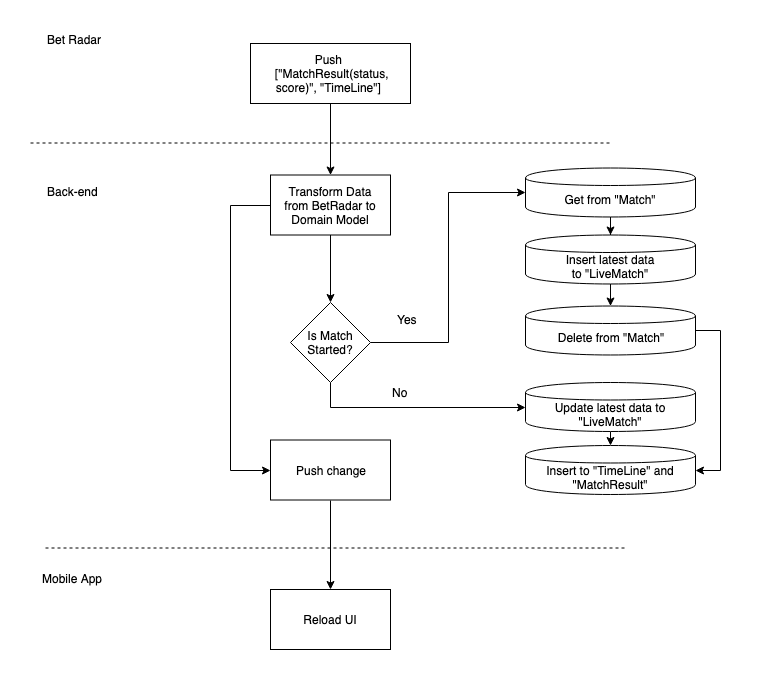
Before: docs/_static/pushevent.png, a diagram exported from draw.io (score247/mobile-app). Source tidied: cells renumbered, new cells last; positions are measured from the earlier drawing's top-left corner, leaving out a move shared by most shapes.
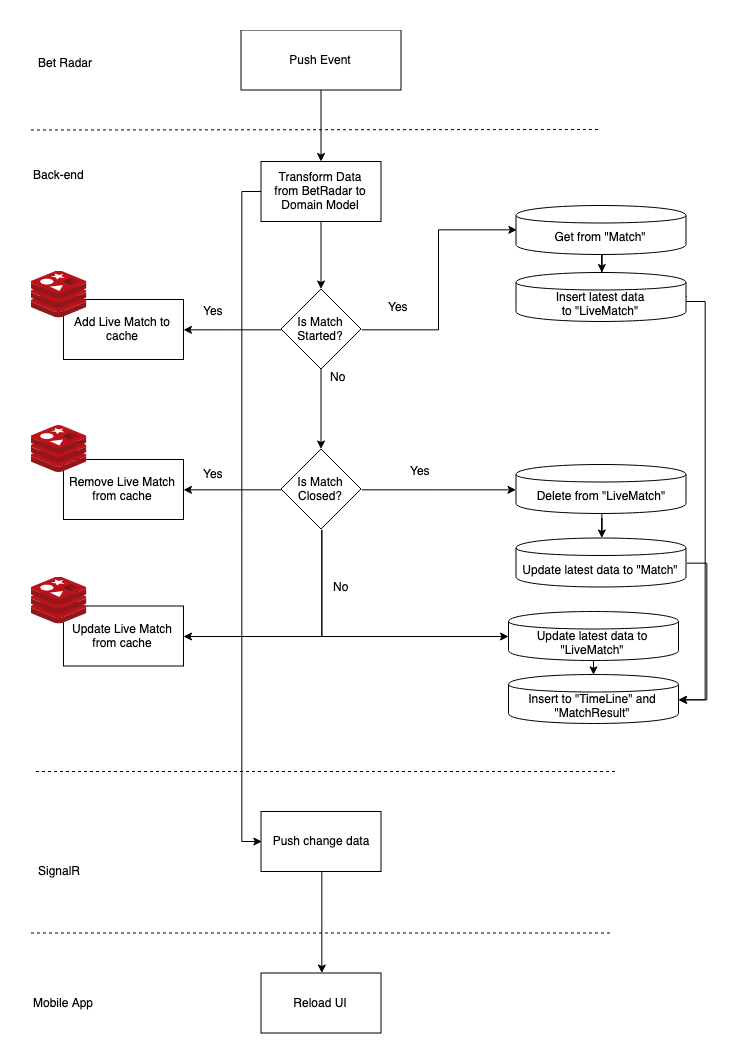
Later version of the same file.

What changed in the source:
```diff
@@ -2,106 +2,161 @@
   <root>
     <mxCell id="0" />
     <mxCell id="1" parent="0" />
-    <mxCell id="2" style="edgeStyle=orthogonalEdgeStyle;rounded=0;jettySize=auto;html=1;" parent="1" edge="1" source="3" target="23">
+    <mxCell id="2" style="edgeStyle=orthogonalEdgeStyle;rounded=0;jettySize=auto;html=1;" parent="1" edge="1" source="3" target="27">
       <mxGeometry relative="1" as="geometry" />
     </mxCell>
-    <mxCell id="3" value="Push&amp;nbsp;&lt;br&gt;&amp;nbsp;[&quot;MatchResult(status, score)&quot;, &quot;TimeLine&quot;]&amp;nbsp;" style="rounded=0;whiteSpace=wrap;html=1;" parent="1" vertex="1">
-      <mxGeometry x="220" y="13" width="160" height="60" as="geometry" />
+    <mxCell id="3" value="Push Event" style="rounded=0;whiteSpace=wrap;html=1;" parent="1" vertex="1">
+      <mxGeometry x="452.5" y="21.5" width="160" height="60" as="geometry" />
     </mxCell>
     <mxCell id="4" style="edgeStyle=orthogonalEdgeStyle;rounded=0;jettySize=auto;html=1;exitX=0.5;exitY=1;exitDx=0;exitDy=0;" parent="1" edge="1" source="6" target="7">
       <mxGeometry relative="1" as="geometry" />
     </mxCell>
-    <mxCell id="5" style="edgeStyle=orthogonalEdgeStyle;rounded=0;jettySize=auto;html=1;exitX=0.5;exitY=0;exitDx=0;exitDy=0;entryX=0;entryY=0.5;entryDx=0;entryDy=0;" parent="1" edge="1" source="20" target="14">
+    <mxCell id="5" style="edgeStyle=orthogonalEdgeStyle;rounded=0;jettySize=auto;html=1;exitX=0.5;exitY=0;exitDx=0;exitDy=0;entryX=0;entryY=0.5;entryDx=0;entryDy=0;" parent="1" edge="1" source="19" target="15">
       <mxGeometry relative="1" as="geometry" />
     </mxCell>
-    <mxCell id="6" value="Push change&lt;br&gt;" style="rounded=0;whiteSpace=wrap;html=1;" parent="1" vertex="1">
-      <mxGeometry x="240" y="409.5" width="120" height="60" as="geometry" />
+    <mxCell id="6" value="Push change data&lt;br&gt;" style="rounded=0;whiteSpace=wrap;html=1;" parent="1" vertex="1">
+      <mxGeometry x="472.5" y="803" width="120" height="60" as="geometry" />
     </mxCell>
     <mxCell id="7" value="Reload UI" style="rounded=0;whiteSpace=wrap;html=1;" parent="1" vertex="1">
-      <mxGeometry x="240" y="559" width="120" height="60" as="geometry" />
+      <mxGeometry x="472.5" y="964.5" width="120" height="60" as="geometry" />
     </mxCell>
     <mxCell id="8" style="endArrow=none;dashed=1;html=1;" parent="1" edge="1">
       <mxGeometry relative="1" as="geometry">
-        <mxPoint y="112.5" as="sourcePoint" />
-        <mxPoint x="580" y="112.5" as="targetPoint" />
+        <mxPoint x="242.5" y="121.5" as="sourcePoint" />
+        <mxPoint x="812.5" y="121" as="targetPoint" />
       </mxGeometry>
     </mxCell>
     <mxCell id="9" style="endArrow=none;dashed=1;html=1;" parent="1" edge="1">
       <mxGeometry relative="1" as="geometry">
-        <mxPoint x="15" y="517.5" as="sourcePoint" />
-        <mxPoint x="595" y="517.5" as="targetPoint" />
+        <mxPoint x="242.5" y="924.5" as="sourcePoint" />
+        <mxPoint x="822.5" y="924.5" as="targetPoint" />
       </mxGeometry>
     </mxCell>
     <mxCell id="10" value="Bet Radar" style="text;html=1;align=left;verticalAlign=top;spacingTop=-4;" parent="1" vertex="1">
-      <mxGeometry x="15" width="70" height="20" as="geometry" />
+      <mxGeometry x="247.5" y="45" width="70" height="20" as="geometry" />
     </mxCell>
     <mxCell id="11" value="Back-end" style="text;html=1;align=left;verticalAlign=top;spacingTop=-4;" parent="1" vertex="1">
-      <mxGeometry x="15" y="152" width="70" height="20" as="geometry" />
+      <mxGeometry x="242.5" y="157" width="70" height="20" as="geometry" />
     </mxCell>
     <mxCell id="12" value="Mobile App" style="text;html=1;align=left;verticalAlign=top;spacingTop=-4;" parent="1" vertex="1">
-      <mxGeometry x="10" y="539" width="80" height="20" as="geometry" />
+      <mxGeometry x="242.5" y="984.5" width="80" height="20" as="geometry" />
     </mxCell>
-    <mxCell id="13" style="edgeStyle=orthogonalEdgeStyle;rounded=0;jettySize=auto;html=1;" parent="1" edge="1" source="14" target="16">
+    <mxCell id="13" style="edgeStyle=orthogonalEdgeStyle;rounded=0;jettySize=auto;html=1;" parent="1" edge="1" source="15" target="16">
       <mxGeometry relative="1" as="geometry" />
     </mxCell>
-    <mxCell id="14" value="&lt;span&gt;Get from &quot;Match&quot;&lt;br&gt;&lt;/span&gt;" style="shape=cylinder;whiteSpace=wrap;html=1;boundedLbl=1;backgroundOutline=1;align=center;" parent="1" vertex="1">
-      <mxGeometry x="495" y="137.5" width="170" height="49" as="geometry" />
+    <mxCell id="14" style="edgeStyle=orthogonalEdgeStyle;rounded=0;jettySize=auto;html=1;exitX=1;exitY=0.5;exitDx=0;exitDy=0;entryX=1;entryY=0.5;entryDx=0;entryDy=0;" parent="1" edge="1" source="16" target="28">
+      <mxGeometry relative="1" as="geometry">
+        <Array as="points">
+          <mxPoint x="897" y="293" />
+          <mxPoint x="917" y="293" />
+          <mxPoint x="917" y="691" />
+        </Array>
+      </mxGeometry>
     </mxCell>
-    <mxCell id="15" style="edgeStyle=orthogonalEdgeStyle;rounded=0;jettySize=auto;html=1;" parent="1" edge="1" source="16" target="18">
-      <mxGeometry relative="1" as="geometry" />
+    <mxCell id="15" value="&lt;span&gt;Get from &quot;Match&quot;&lt;br&gt;&lt;/span&gt;" style="shape=cylinder;whiteSpace=wrap;html=1;boundedLbl=1;backgroundOutline=1;align=center;" parent="1" vertex="1">
+      <mxGeometry x="727.5" y="197" width="170" height="49" as="geometry" />
     </mxCell>
     <mxCell id="16" value="&lt;span&gt;Insert latest data to&amp;nbsp;&lt;/span&gt;&lt;span&gt;&quot;LiveMatch&quot;&lt;/span&gt;" style="shape=cylinder;whiteSpace=wrap;html=1;boundedLbl=1;backgroundOutline=1;align=center;" parent="1" vertex="1">
-      <mxGeometry x="495" y="204.5" width="170" height="49" as="geometry" />
+      <mxGeometry x="727.5" y="264" width="170" height="49" as="geometry" />
     </mxCell>
-    <mxCell id="17" style="edgeStyle=orthogonalEdgeStyle;rounded=0;jettySize=auto;html=1;entryX=1;entryY=0.5;entryDx=0;entryDy=0;" parent="1" edge="1" source="18" target="24">
-      <mxGeometry relative="1" as="geometry">
-        <Array as="points">
-          <mxPoint x="690" y="300" />
-          <mxPoint x="690" y="440" />
-        </Array>
-      </mxGeometry>
+    <mxCell id="17" style="edgeStyle=orthogonalEdgeStyle;rounded=0;jettySize=auto;html=1;exitX=0.5;exitY=1;exitDx=0;exitDy=0;" parent="1" edge="1" source="19" target="35">
+      <mxGeometry relative="1" as="geometry" />
     </mxCell>
-    <mxCell id="18" value="Delete from &quot;Match&quot;&lt;br&gt;" style="shape=cylinder;whiteSpace=wrap;html=1;boundedLbl=1;backgroundOutline=1;align=center;" parent="1" vertex="1">
-      <mxGeometry x="495" y="275.5" width="170" height="49" as="geometry" />
+    <mxCell id="18" style="edgeStyle=orthogonalEdgeStyle;rounded=0;jettySize=auto;html=1;" parent="1" edge="1" source="19" target="24">
+      <mxGeometry relative="1" as="geometry" />
     </mxCell>
-    <mxCell id="19" style="edgeStyle=orthogonalEdgeStyle;rounded=0;jettySize=auto;html=1;entryX=0;entryY=0.5;entryDx=0;entryDy=0;" parent="1" edge="1" source="20" target="26">
-      <mxGeometry relative="1" as="geometry">
-        <Array as="points">
-          <mxPoint x="300" y="377" />
-        </Array>
-      </mxGeometry>
+    <mxCell id="19" value="Is Match Started?" style="rhombus;whiteSpace=wrap;html=1;direction=south;" parent="1" vertex="1">
+      <mxGeometry x="492.5" y="280.5" width="80" height="80" as="geometry" />
     </mxCell>
-    <mxCell id="20" value="Is Match Started?" style="rhombus;whiteSpace=wrap;html=1;direction=south;" parent="1" vertex="1">
-      <mxGeometry x="260" y="272" width="80" height="80" as="geometry" />
+    <mxCell id="20" style="edgeStyle=orthogonalEdgeStyle;rounded=0;jettySize=auto;html=1;exitX=0.5;exitY=0;exitDx=0;exitDy=0;" parent="1" edge="1" source="24" target="37">
+      <mxGeometry relative="1" as="geometry" />
     </mxCell>
-    <mxCell id="21" style="edgeStyle=orthogonalEdgeStyle;rounded=0;jettySize=auto;html=1;" parent="1" edge="1" source="23" target="20">
+    <mxCell id="21" style="edgeStyle=orthogonalEdgeStyle;rounded=0;jettySize=auto;html=1;exitX=1;exitY=0.5;exitDx=0;exitDy=0;entryX=0;entryY=0.5;entryDx=0;entryDy=0;" parent="1" edge="1" source="24" target="30">
       <mxGeometry relative="1" as="geometry" />
     </mxCell>
-    <mxCell id="22" style="edgeStyle=orthogonalEdgeStyle;rounded=0;jettySize=auto;html=1;entryX=0;entryY=0.5;entryDx=0;entryDy=0;" parent="1" edge="1" source="23" target="6">
-      <mxGeometry relative="1" as="geometry">
-        <Array as="points">
-          <mxPoint x="200" y="174.5" />
-          <mxPoint x="200" y="440" />
-        </Array>
-      </mxGeometry>
+    <mxCell id="22" style="edgeStyle=orthogonalEdgeStyle;rounded=0;jettySize=auto;html=1;exitX=0.5;exitY=1;exitDx=0;exitDy=0;entryX=1;entryY=0.5;entryDx=0;entryDy=0;" parent="1" edge="1" source="24" target="42">
+      <mxGeometry relative="1" as="geometry" />
     </mxCell>
-    <mxCell id="23" value="Transform Data&lt;br&gt;from BetRadar to Domain Model&lt;br&gt;" style="rounded=0;whiteSpace=wrap;html=1;" parent="1" vertex="1">
-      <mxGeometry x="240" y="144.5" width="120" height="60" as="geometry" />
+    <mxCell id="23" style="edgeStyle=orthogonalEdgeStyle;rounded=0;jettySize=auto;html=1;exitX=1;exitY=0.5;exitDx=0;exitDy=0;entryX=1;entryY=0.5;entryDx=0;entryDy=0;" parent="1" edge="1" source="24" target="45">
+      <mxGeometry relative="1" as="geometry" />
     </mxCell>
-    <mxCell id="24" value="&lt;span&gt;Insert to &quot;TimeLine&quot; and &quot;MatchResult&quot;&lt;br&gt;&lt;/span&gt;" style="shape=cylinder;whiteSpace=wrap;html=1;boundedLbl=1;backgroundOutline=1;align=center;" parent="1" vertex="1">
-      <mxGeometry x="495" y="415" width="170" height="49" as="geometry" />
+    <mxCell id="24" value="Is Match Closed?" style="rhombus;whiteSpace=wrap;html=1;direction=south;" parent="1" vertex="1">
+      <mxGeometry x="492.5" y="440.5" width="80" height="80" as="geometry" />
     </mxCell>
-    <mxCell id="25" style="edgeStyle=orthogonalEdgeStyle;rounded=0;jettySize=auto;html=1;exitX=0.5;exitY=1;exitDx=0;exitDy=0;entryX=0.5;entryY=0;entryDx=0;entryDy=0;" parent="1" edge="1" source="26" target="24">
+    <mxCell id="25" style="edgeStyle=orthogonalEdgeStyle;rounded=0;jettySize=auto;html=1;" parent="1" edge="1" source="27" target="19">
       <mxGeometry relative="1" as="geometry" />
     </mxCell>
-    <mxCell id="26" value="&lt;span&gt;Update latest data to &quot;LiveMatch&quot;&lt;br&gt;&lt;/span&gt;" style="shape=cylinder;whiteSpace=wrap;html=1;boundedLbl=1;backgroundOutline=1;align=center;" parent="1" vertex="1">
-      <mxGeometry x="495" y="352" width="170" height="49" as="geometry" />
+    <mxCell id="26" style="edgeStyle=orthogonalEdgeStyle;rounded=0;jettySize=auto;html=1;exitX=0;exitY=0.5;exitDx=0;exitDy=0;entryX=0;entryY=0.5;entryDx=0;entryDy=0;" parent="1" edge="1" source="27" target="6">
+      <mxGeometry relative="1" as="geometry" />
     </mxCell>
-    <mxCell id="27" value="Yes" style="text;html=1;points=[];align=left;verticalAlign=top;spacingTop=-4;" parent="1" vertex="1">
-      <mxGeometry x="365" y="280" width="40" height="20" as="geometry" />
+    <mxCell id="27" value="Transform Data&lt;br&gt;from BetRadar to Domain Model&lt;br&gt;" style="rounded=0;whiteSpace=wrap;html=1;" parent="1" vertex="1">
+      <mxGeometry x="472.5" y="153" width="120" height="60" as="geometry" />
     </mxCell>
-    <mxCell id="28" value="No" style="text;html=1;points=[];align=left;verticalAlign=top;spacingTop=-4;" parent="1" vertex="1">
-      <mxGeometry x="360" y="353" width="30" height="20" as="geometry" />
+    <mxCell id="28" value="&lt;span&gt;Insert to &quot;TimeLine&quot; and &quot;MatchResult&quot;&lt;br&gt;&lt;/span&gt;" style="shape=cylinder;whiteSpace=wrap;html=1;boundedLbl=1;backgroundOutline=1;align=center;" parent="1" vertex="1">
+      <mxGeometry x="720" y="666" width="170" height="49" as="geometry" />
     </mxCell>
+    <mxCell id="29" style="edgeStyle=orthogonalEdgeStyle;rounded=0;jettySize=auto;html=1;exitX=0.5;exitY=1;exitDx=0;exitDy=0;entryX=0.5;entryY=0;entryDx=0;entryDy=0;" parent="1" edge="1" source="30" target="28">
+      <mxGeometry relative="1" as="geometry" />
+    </mxCell>
+    <mxCell id="30" value="&lt;span&gt;Update latest data to &quot;LiveMatch&quot;&lt;br&gt;&lt;/span&gt;" style="shape=cylinder;whiteSpace=wrap;html=1;boundedLbl=1;backgroundOutline=1;align=center;" parent="1" vertex="1">
+      <mxGeometry x="720" y="603" width="170" height="49" as="geometry" />
+    </mxCell>
+    <mxCell id="31" value="Yes" style="text;html=1;align=left;verticalAlign=top;spacingTop=-4;" parent="1" vertex="1">
+      <mxGeometry x="597.5" y="288.5" width="40" height="20" as="geometry" />
+    </mxCell>
+    <mxCell id="32" value="No" style="text;html=1;align=left;verticalAlign=top;spacingTop=-4;" parent="1" vertex="1">
+      <mxGeometry x="540" y="359" width="30" height="20" as="geometry" />
+    </mxCell>
+    <mxCell id="33" style="endArrow=none;dashed=1;html=1;" parent="1" edge="1">
+      <mxGeometry relative="1" as="geometry">
+        <mxPoint x="247.5" y="763" as="sourcePoint" />
+        <mxPoint x="827.5" y="763" as="targetPoint" />
+      </mxGeometry>
+    </mxCell>
+    <mxCell id="34" value="SignalR" style="text;html=1;align=left;verticalAlign=top;spacingTop=-4;" parent="1" vertex="1">
+      <mxGeometry x="247.5" y="853" width="60" height="20" as="geometry" />
+    </mxCell>
+    <mxCell id="35" value="Add Live Match to cache" style="rounded=0;whiteSpace=wrap;html=1;" parent="1" vertex="1">
+      <mxGeometry x="275" y="291" width="120" height="60" as="geometry" />
+    </mxCell>
+    <mxCell id="36" style="edgeStyle=orthogonalEdgeStyle;rounded=0;jettySize=auto;html=1;" parent="1" edge="1" source="37" target="39">
+      <mxGeometry relative="1" as="geometry" />
+    </mxCell>
+    <mxCell id="37" value="&lt;span&gt;Delete from &quot;LiveMatch&quot;&lt;br&gt;&lt;/span&gt;" style="shape=cylinder;whiteSpace=wrap;html=1;boundedLbl=1;backgroundOutline=1;align=center;" parent="1" vertex="1">
+      <mxGeometry x="727.5" y="456" width="170" height="49" as="geometry" />
+    </mxCell>
+    <mxCell id="38" style="edgeStyle=orthogonalEdgeStyle;rounded=0;jettySize=auto;html=1;exitX=1;exitY=0.5;exitDx=0;exitDy=0;entryX=1;entryY=0.5;entryDx=0;entryDy=0;" parent="1" edge="1" source="39" target="28">
+      <mxGeometry relative="1" as="geometry" />
+    </mxCell>
+    <mxCell id="39" value="Update latest data to &quot;Match&quot;&lt;span&gt;&lt;br&gt;&lt;/span&gt;" style="shape=cylinder;whiteSpace=wrap;html=1;boundedLbl=1;backgroundOutline=1;align=center;" parent="1" vertex="1">
+      <mxGeometry x="727.5" y="529.5" width="170" height="49" as="geometry" />
+    </mxCell>
+    <mxCell id="40" value="Yes" style="text;html=1;align=left;verticalAlign=top;spacingTop=-4;" parent="1" vertex="1">
+      <mxGeometry x="620" y="453" width="40" height="20" as="geometry" />
+    </mxCell>
+    <mxCell id="41" value="No" style="text;html=1;align=left;verticalAlign=top;spacingTop=-4;" parent="1" vertex="1">
+      <mxGeometry x="542.5" y="568.5" width="30" height="20" as="geometry" />
+    </mxCell>
+    <mxCell id="42" value="Remove Live Match from cache" style="rounded=0;whiteSpace=wrap;html=1;" parent="1" vertex="1">
+      <mxGeometry x="275" y="451" width="120" height="60" as="geometry" />
+    </mxCell>
+    <mxCell id="43" value="Yes" style="text;html=1;align=left;verticalAlign=top;spacingTop=-4;" parent="1" vertex="1">
+      <mxGeometry x="412.5" y="293" width="40" height="20" as="geometry" />
+    </mxCell>
+    <mxCell id="44" value="Yes" style="text;html=1;align=left;verticalAlign=top;spacingTop=-4;" parent="1" vertex="1">
+      <mxGeometry x="412.5" y="456" width="40" height="20" as="geometry" />
+    </mxCell>
+    <mxCell id="45" value="Update Live Match from cache" style="rounded=0;whiteSpace=wrap;html=1;" parent="1" vertex="1">
+      <mxGeometry x="275" y="597.5" width="120" height="60" as="geometry" />
+    </mxCell>
+    <mxCell id="46" style="html=1;perimeter=none;align=center;shadow=0;dashed=0;image;fontSize=12;image=img/lib/mscae/Cache_Redis_Product.svg;" parent="1" vertex="1">
+      <mxGeometry x="242.5" y="262.5" width="56" height="47" as="geometry" />
+    </mxCell>
+    <mxCell id="47" style="html=1;perimeter=none;align=center;shadow=0;dashed=0;image;fontSize=12;image=img/lib/mscae/Cache_Redis_Product.svg;" parent="1" vertex="1">
+      <mxGeometry x="242.5" y="417" width="56" height="47" as="geometry" />
+    </mxCell>
+    <mxCell id="48" style="html=1;perimeter=none;align=center;shadow=0;dashed=0;image;fontSize=12;image=img/lib/mscae/Cache_Redis_Product.svg;" parent="1" vertex="1">
+      <mxGeometry x="242.5" y="568.5" width="56" height="47" as="geometry" />
+    </mxCell>
   </root>
 </mxGraphModel>
```
